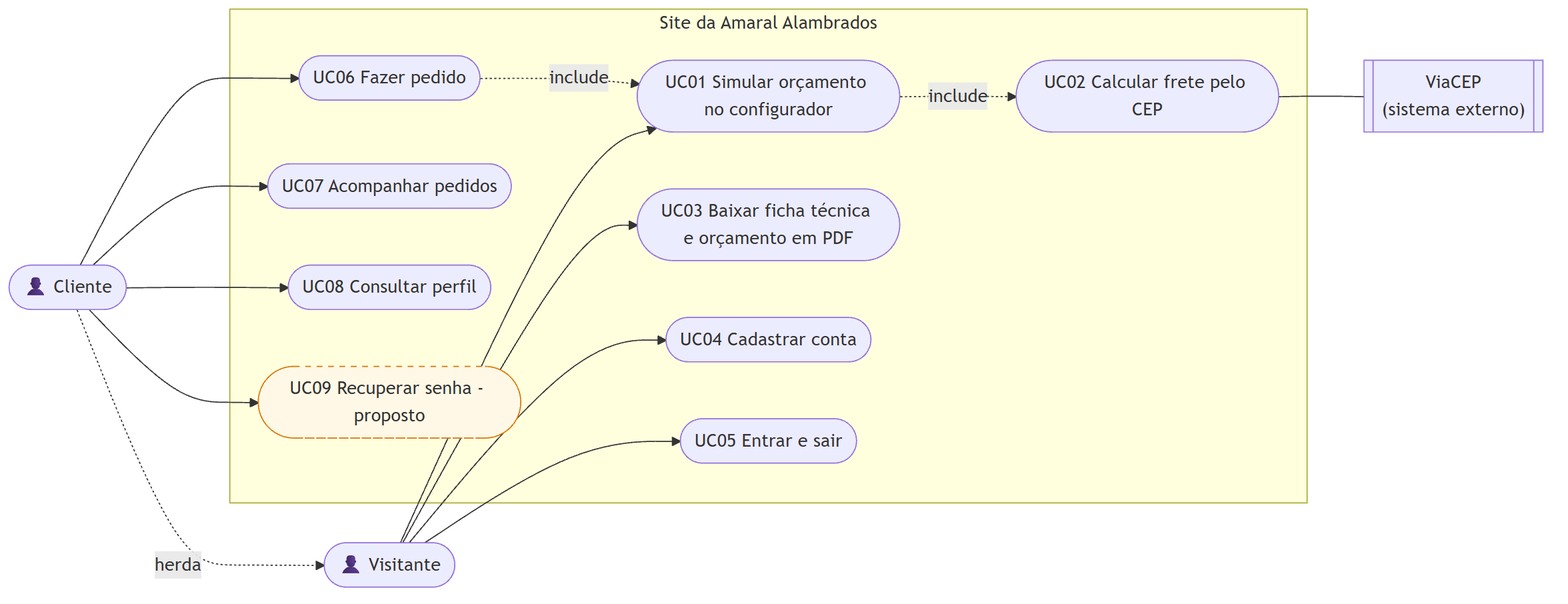
Earlier version of the Mermaid export docs/diagramas/casos-de-uso-site.png (dannnpereira/ProGest). Its source is kept beside it as docs/diagramas/casos-de-uso-site.mmd.
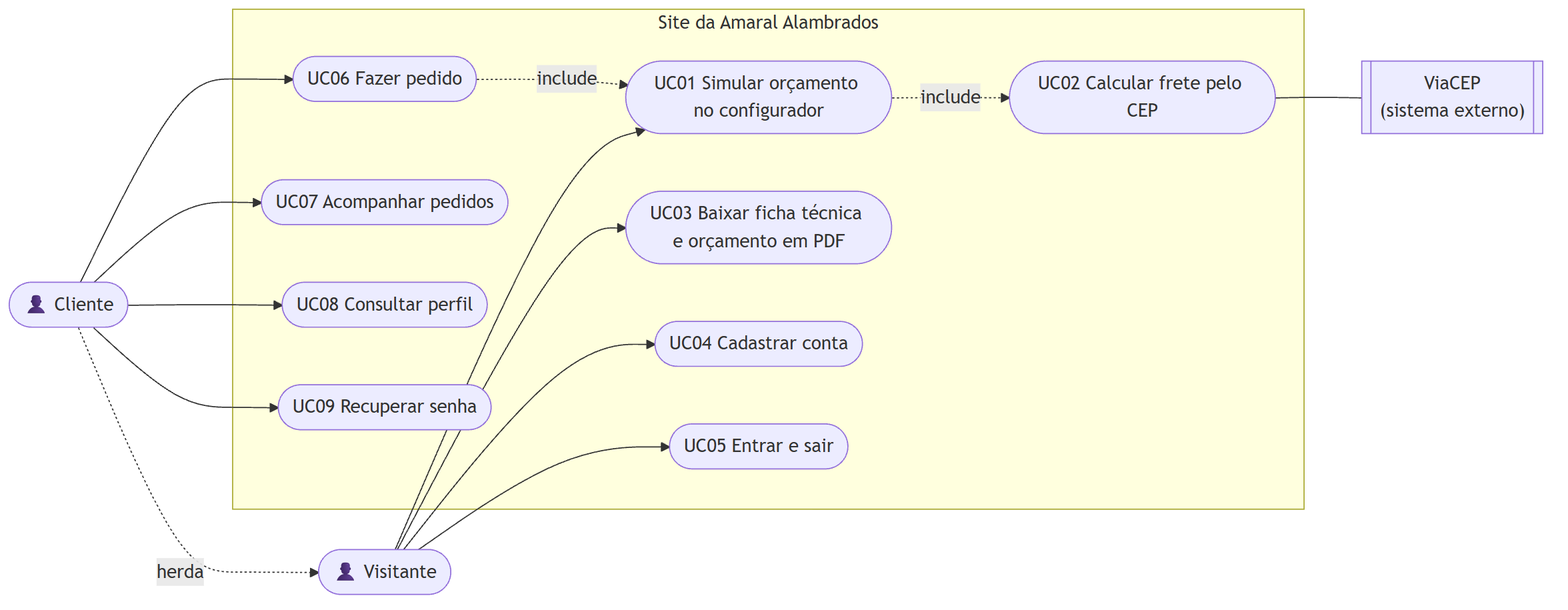
The same diagram one commit later.

What changed in the source:
```diff
@@ -13,7 +13,7 @@
         UC06([UC06 Fazer pedido])
         UC07([UC07 Acompanhar pedidos])
         UC08([UC08 Consultar perfil])
-        UC09([UC09 Recuperar senha - proposto])
+        UC09([UC09 Recuperar senha])
     end
 
     Cliente -. herda .-> Visitante
@@ -22,6 +22,3 @@
     UC01 -. include .-> UC02
     UC06 -. include .-> UC01
     UC02 --- ViaCEP
-
-    classDef proposto stroke-dasharray: 5 5,fill:#fff8e6,stroke:#d97706
-    class UC09 proposto
```
